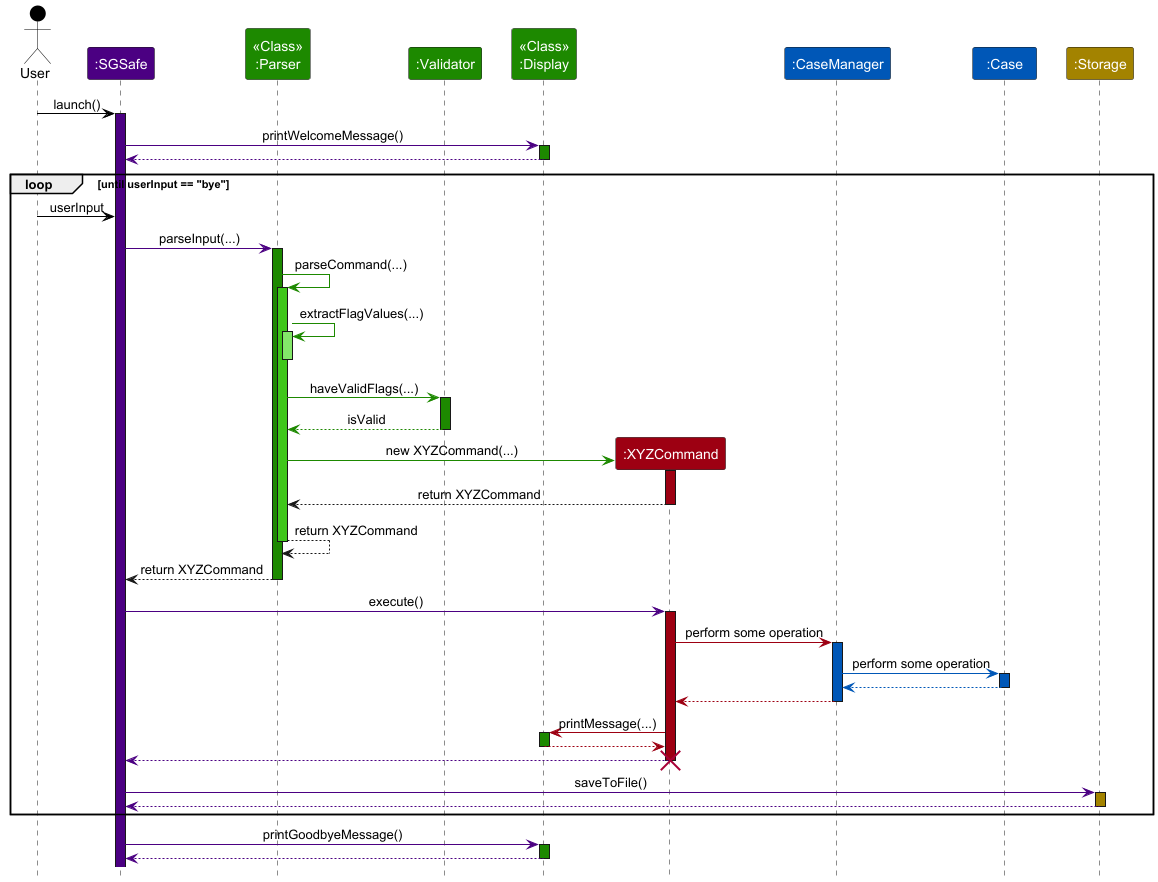
Earlier version of the PlantUML export docs/images/SequenceDiagramGenericCombined.png (zhengjie2002/tp).
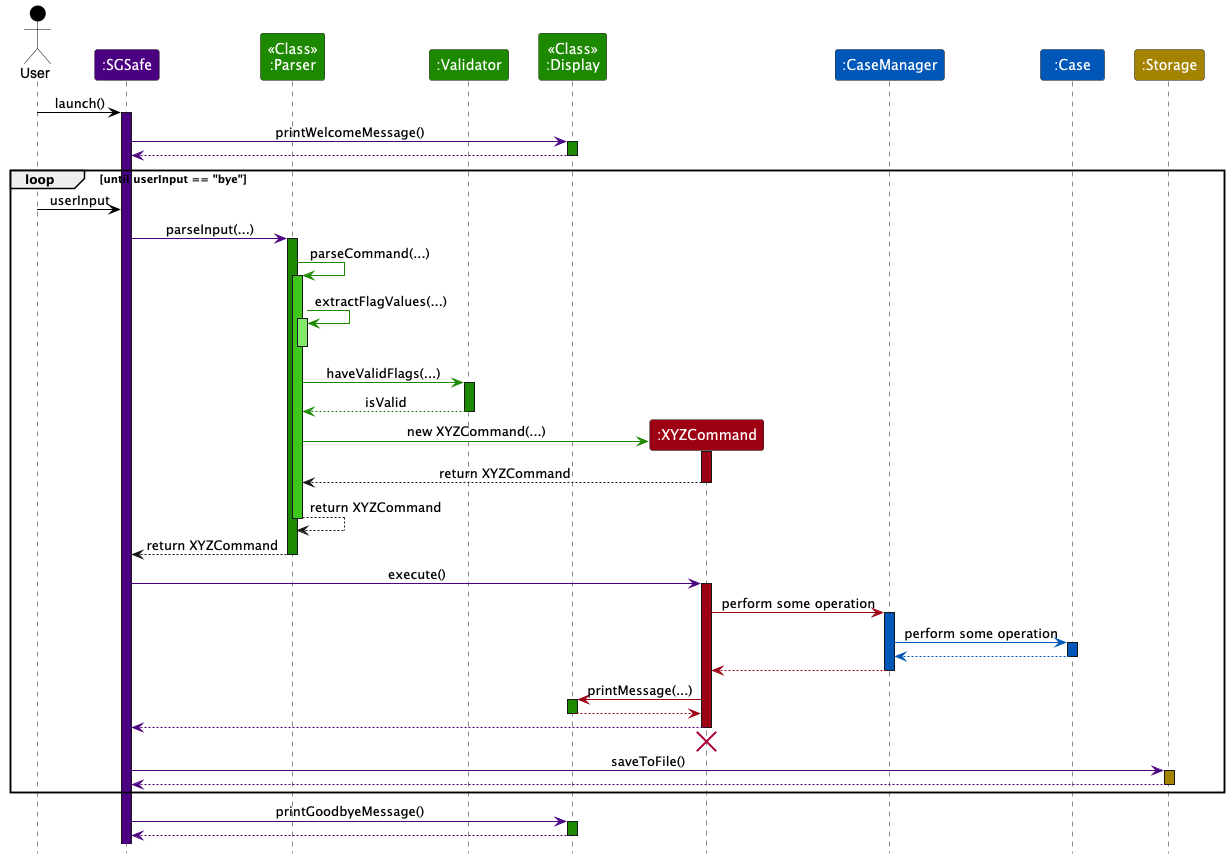
The same file after the commit.

The edit, as a diff of the source:
```diff
@@ -70,7 +70,7 @@
     return
 
     return
-
+    cmd -[hidden]-> display
 
     destroy cmd
     sgsafe -[MAIN_COLOR]> storage : saveToFile()
```
